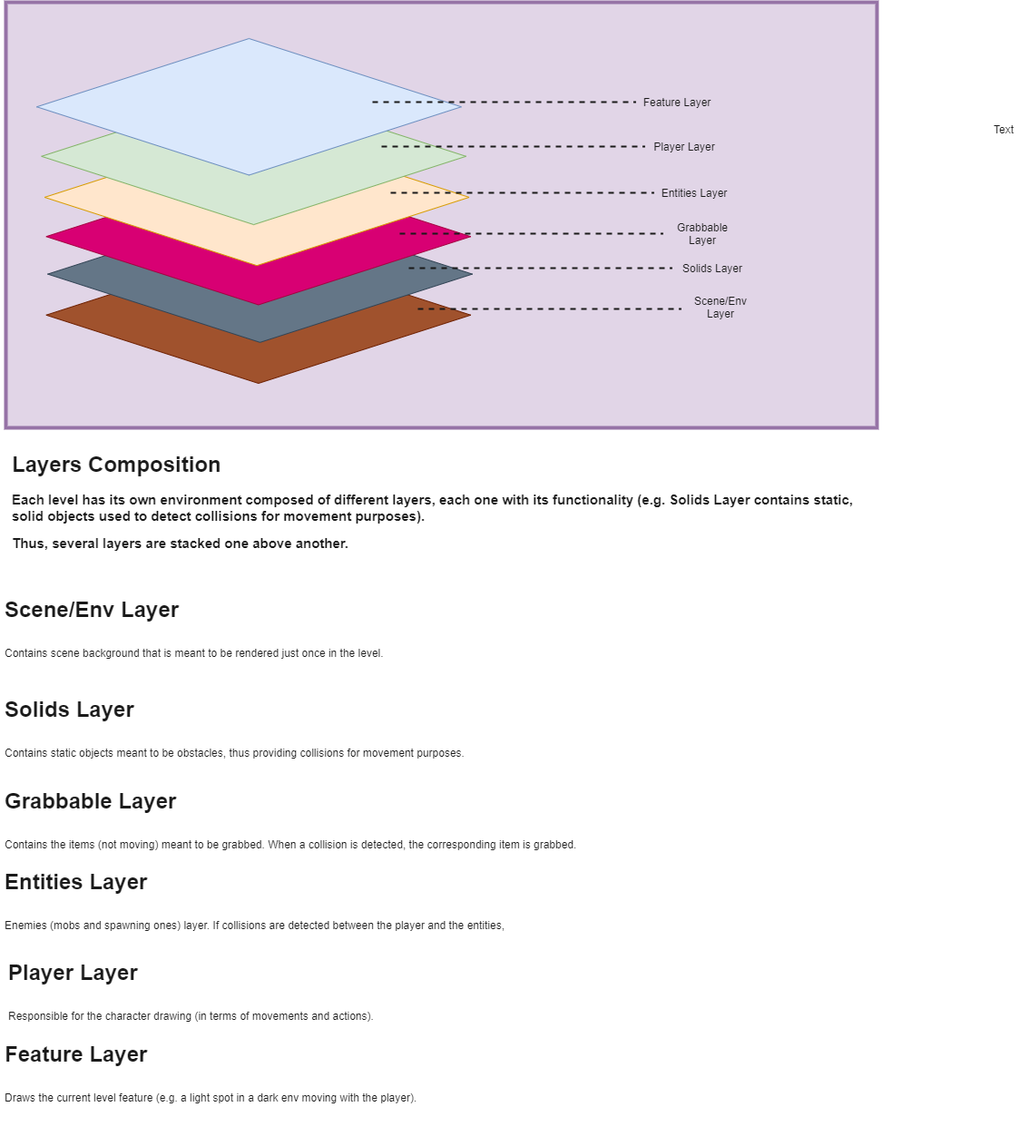
This is doc/LayersArchitecture.png from BenedettoGinestra/se2019, a draw.io export, as it was before one commit. Source tidied: cells renumbered, new cells last; positions are measured from the earlier drawing's top-left corner, leaving out a move shared by most shapes.
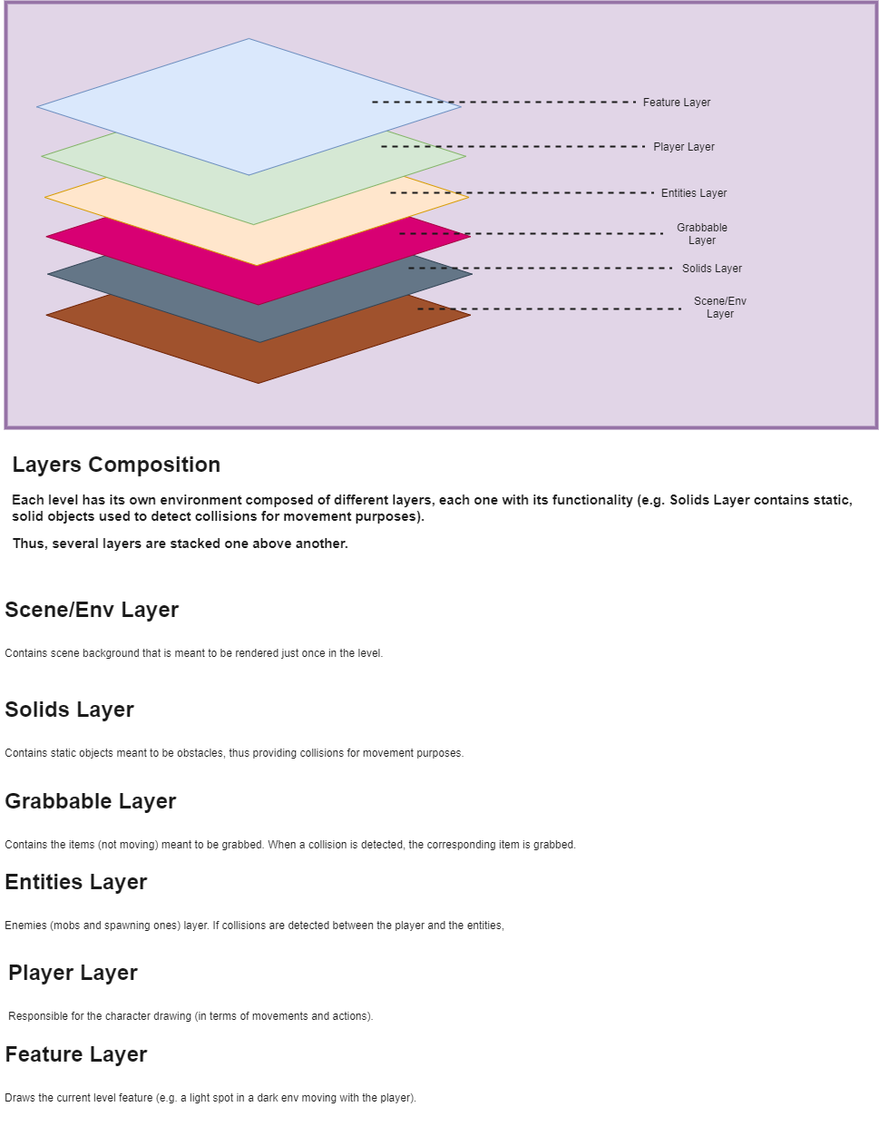
Above is the later version.

The edit, as a diff of the source:
```diff
@@ -101,9 +101,6 @@
     <mxCell id="28" value="&lt;p style=&quot;line-height: 120%&quot;&gt;&lt;/p&gt;&lt;h1&gt;&lt;font color=&quot;#1a1a1a&quot;&gt;Layers Composition&lt;/font&gt;&lt;/h1&gt;&lt;p&gt;&lt;b&gt;&lt;font color=&quot;#1a1a1a&quot; style=&quot;font-size: 15px&quot;&gt;Each level has its own environment composed of different layers, each one with its functionality (e.g. Solids Layer contains static, solid objects used to detect collisions for movement purposes).&amp;nbsp;&lt;/font&gt;&lt;/b&gt;&lt;/p&gt;&lt;p&gt;&lt;font color=&quot;#1a1a1a&quot;&gt;&lt;span style=&quot;font-size: 15px&quot;&gt;&lt;b&gt;Thus, several layers are stacked one above another.&lt;/b&gt;&lt;/span&gt;&lt;/font&gt;&lt;/p&gt;&lt;p&gt;&lt;/p&gt;" style="text;html=1;strokeColor=none;fillColor=none;spacing=5;spacingTop=-20;whiteSpace=wrap;overflow=hidden;rounded=0;labelBackgroundColor=none;fontColor=#FFFFFF;" parent="1" vertex="1">
       <mxGeometry x="8" y="490" width="952" height="140" as="geometry" />
     </mxCell>
-    <mxCell id="29" value="Text" style="text;html=1;align=left;verticalAlign=top;spacingTop=-4;fontColor=#1A1A1A;" parent="1" vertex="1">
-      <mxGeometry x="1093" y="131" width="40" height="20" as="geometry" />
-    </mxCell>
     <mxCell id="30" value="&lt;h1&gt;&lt;span&gt;Scene/Env Layer&amp;nbsp;&lt;/span&gt;&lt;/h1&gt;&lt;h1&gt;&lt;span style=&quot;font-size: 12px ; font-weight: normal&quot;&gt;Contains scene background that is meant to be rendered just once in the level.&lt;/span&gt;&lt;br&gt;&lt;/h1&gt;" style="text;html=1;strokeColor=none;fillColor=none;spacing=5;spacingTop=-20;whiteSpace=wrap;overflow=hidden;rounded=0;labelBackgroundColor=none;fontColor=#1A1A1A;" parent="1" vertex="1">
       <mxGeometry y="650" width="960" height="120" as="geometry" />
     </mxCell>
```
